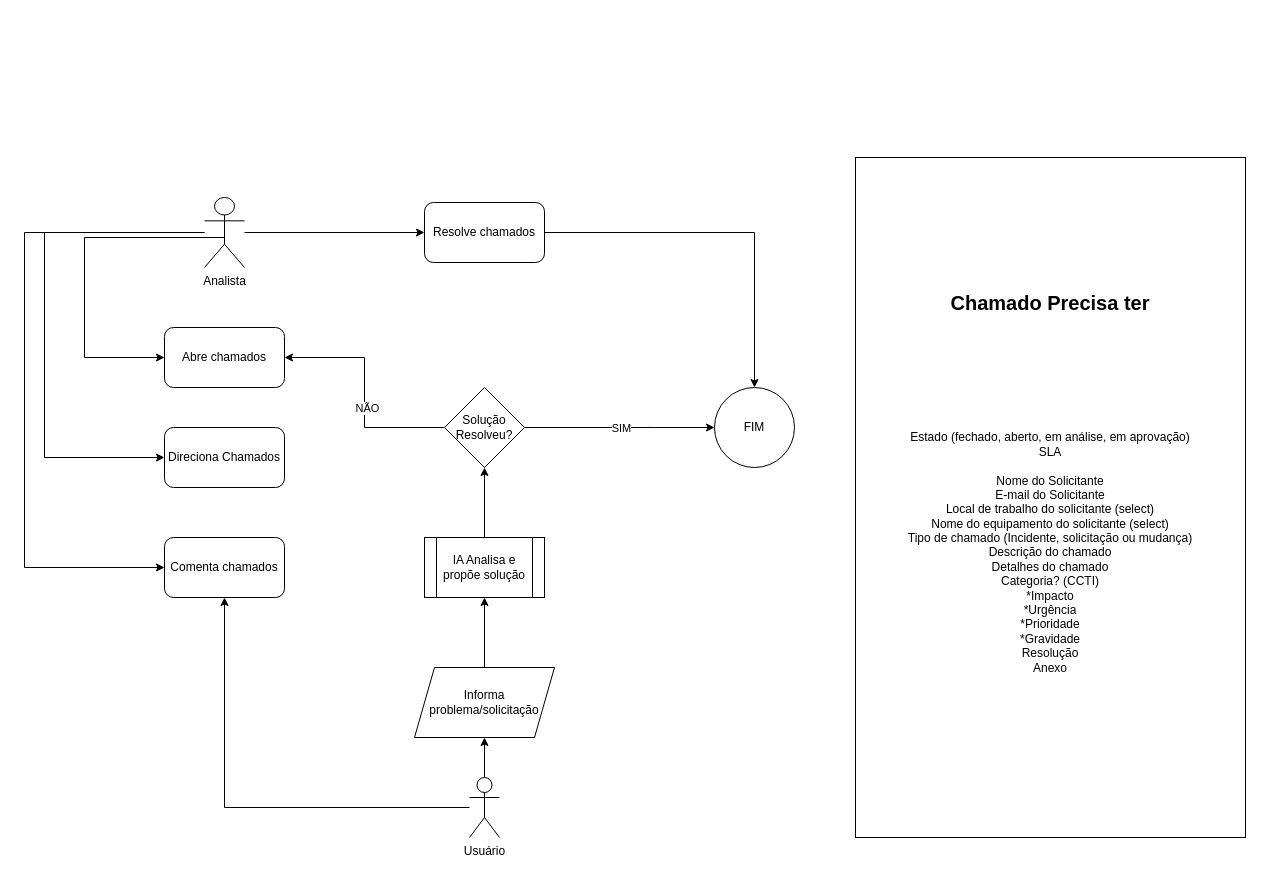
Earlier version of the draw.io diagram pabloSistema.drawio (pablovr1000/pabloSistema). Source tidied: cells renumbered, new cells numbered last; positions are measured from the earlier drawing's top-left corner, leaving out a move shared by most shapes. Both pictures are drawn from the tidied source at 100%, with x=0, y=0 at pixel (24, 157).
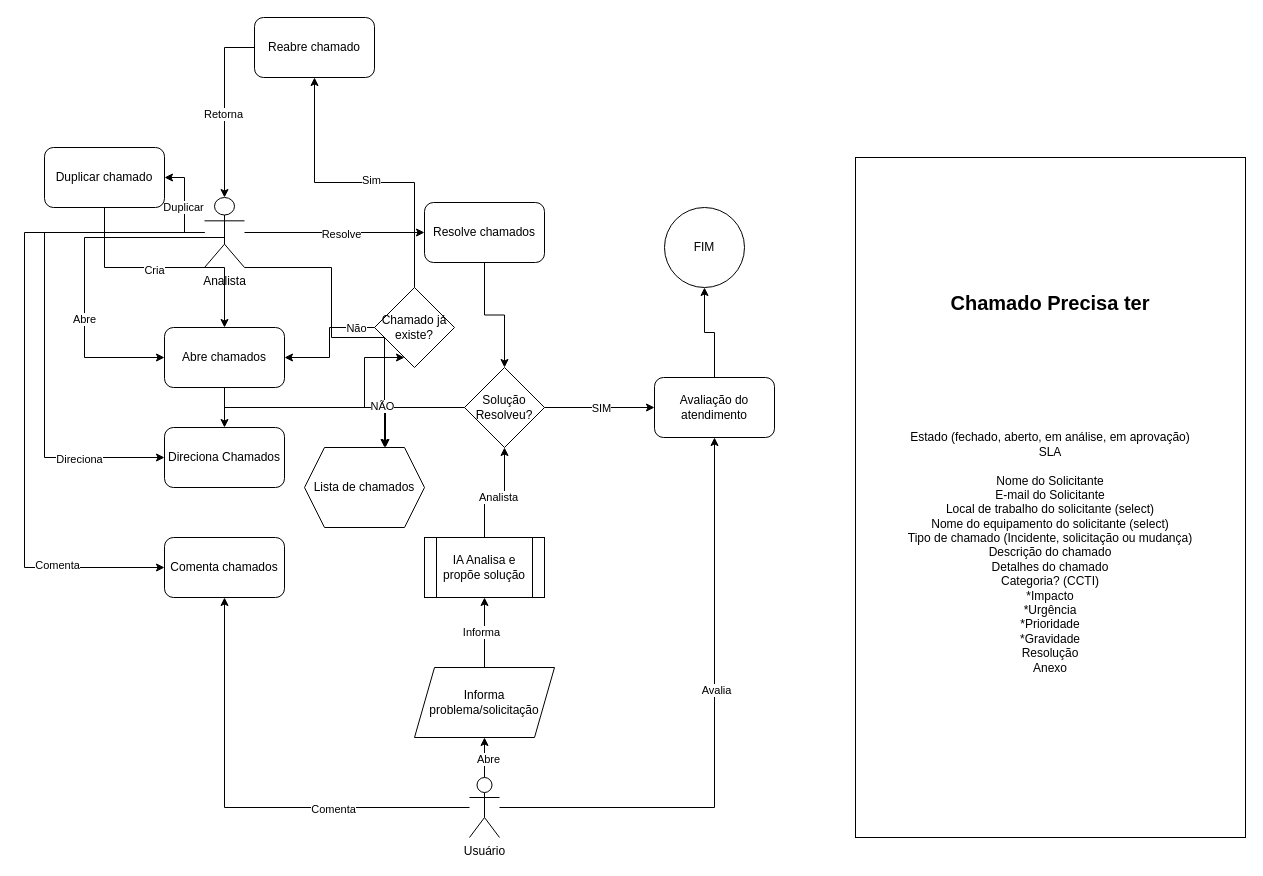
The same diagram, later.

Unchanged cells that the change refers to:
```xml
<mxCell id="2" style="edgeStyle=orthogonalEdgeStyle;rounded=0;jettySize=auto;html=1;exitX=0.5;exitY=0.5;exitDx=0;exitDy=0;exitPerimeter=0;" parent="1" edge="1" source="6" target="7">
  <mxGeometry relative="1" as="geometry">
    <Array as="points">
      <mxPoint x="200" y="80" />
      <mxPoint x="60" y="80" />
      <mxPoint x="60" y="200" />
    </Array>
  </mxGeometry>
</mxCell>
<mxCell id="3" style="edgeStyle=orthogonalEdgeStyle;rounded=0;jettySize=auto;html=1;" parent="1" edge="1" source="6" target="10">
  <mxGeometry relative="1" as="geometry">
    <Array as="points">
      <mxPoint x="20" y="75" />
      <mxPoint x="20" y="300" />
    </Array>
  </mxGeometry>
</mxCell>
<mxCell id="4" style="edgeStyle=orthogonalEdgeStyle;rounded=0;jettySize=auto;html=1;" parent="1" edge="1" source="6" target="11">
  <mxGeometry relative="1" as="geometry">
    <Array as="points">
      <mxPoint y="75" />
      <mxPoint y="410" />
    </Array>
  </mxGeometry>
</mxCell>
<mxCell id="5" style="edgeStyle=orthogonalEdgeStyle;rounded=0;jettySize=auto;html=1;entryX=0;entryY=0.5;entryDx=0;entryDy=0;" parent="1" edge="1" source="6" target="9">
  <mxGeometry relative="1" as="geometry" />
</mxCell>
<mxCell id="6" value="Analista" style="shape=umlActor;verticalLabelPosition=bottom;verticalAlign=top;html=1;outlineConnect=0;" parent="1" vertex="1">
  <mxGeometry x="180" y="40" width="40" height="70" as="geometry" />
</mxCell>
<mxCell id="7" value="Abre chamados" style="rounded=1;whiteSpace=wrap;html=1;" parent="1" vertex="1">
  <mxGeometry x="140" y="170" width="120" height="60" as="geometry" />
</mxCell>
<mxCell id="9" value="Resolve chamados" style="rounded=1;whiteSpace=wrap;html=1;" parent="1" vertex="1">
  <mxGeometry x="400" y="45" width="120" height="60" as="geometry" />
</mxCell>
<mxCell id="10" value="Direciona Chamados" style="rounded=1;whiteSpace=wrap;html=1;" parent="1" vertex="1">
  <mxGeometry x="140" y="270" width="120" height="60" as="geometry" />
</mxCell>
<mxCell id="12" style="edgeStyle=orthogonalEdgeStyle;rounded=0;jettySize=auto;html=1;" parent="1" edge="1" source="14" target="11">
  <mxGeometry relative="1" as="geometry" />
</mxCell>
<mxCell id="13" style="edgeStyle=orthogonalEdgeStyle;rounded=0;jettySize=auto;html=1;" parent="1" edge="1" source="14" target="16">
  <mxGeometry relative="1" as="geometry" />
</mxCell>
<mxCell id="14" value="Usuário" style="shape=umlActor;verticalLabelPosition=bottom;verticalAlign=top;html=1;outlineConnect=0;" parent="1" vertex="1">
  <mxGeometry x="445" y="620" width="30" height="60" as="geometry" />
</mxCell>
<mxCell id="15" style="edgeStyle=orthogonalEdgeStyle;rounded=0;jettySize=auto;html=1;entryX=0.5;entryY=1;entryDx=0;entryDy=0;" parent="1" edge="1" source="16" target="18">
  <mxGeometry relative="1" as="geometry" />
</mxCell>
<mxCell id="17" style="edgeStyle=orthogonalEdgeStyle;rounded=0;jettySize=auto;html=1;" parent="1" edge="1" source="18" target="23">
  <mxGeometry relative="1" as="geometry" />
</mxCell>
```

Diff of the diagram source:
```diff
@@
+    <mxCell id="26" value="Abre" style="edgeLabel;html=1;align=center;verticalAlign=middle;" parent="2" vertex="1">
+      <mxGeometry x="0.31" y="-1" relative="1" as="geometry" />
+    </mxCell>
@@
+    <mxCell id="27" value="Direciona" style="edgeLabel;html=1;align=center;verticalAlign=middle;" parent="3" vertex="1">
+      <mxGeometry x="0.66" y="-1" relative="1" as="geometry" />
+    </mxCell>
@@
+    <mxCell id="28" value="Comenta" style="edgeLabel;html=1;align=center;verticalAlign=middle;" parent="4" vertex="1">
+      <mxGeometry x="0.67" y="3" relative="1" as="geometry" />
+    </mxCell>
@@
+    <mxCell id="29" value="Resolve" style="edgeLabel;html=1;align=center;verticalAlign=middle;" parent="5" vertex="1">
+      <mxGeometry x="0.07" y="-1" relative="1" as="geometry" />
+    </mxCell>
+    <mxCell id="30" style="edgeStyle=orthogonalEdgeStyle;rounded=0;jettySize=auto;html=1;" parent="1" edge="1" source="6" target="50">
+      <mxGeometry relative="1" as="geometry">
+        <Array as="points">
+          <mxPoint x="307" y="110" />
+          <mxPoint x="307" y="180" />
+          <mxPoint x="360" y="180" />
+        </Array>
+      </mxGeometry>
+    </mxCell>
+    <mxCell id="31" style="edgeStyle=orthogonalEdgeStyle;rounded=0;jettySize=auto;html=1;" parent="1" edge="1" source="6" target="53">
+      <mxGeometry relative="1" as="geometry" />
+    </mxCell>
+    <mxCell id="32" value="Duplicar" style="edgeLabel;html=1;align=center;verticalAlign=middle;" parent="31" vertex="1">
+      <mxGeometry x="-0.03" y="2" relative="1" as="geometry" />
+    </mxCell>
@@
+    <mxCell id="33" style="edgeStyle=orthogonalEdgeStyle;rounded=0;jettySize=auto;html=1;" parent="1" edge="1" source="7" target="10">
+      <mxGeometry relative="1" as="geometry" />
+    </mxCell>
+    <mxCell id="34" style="edgeStyle=orthogonalEdgeStyle;rounded=0;jettySize=auto;html=1;" parent="1" edge="1" source="7" target="50">
+      <mxGeometry relative="1" as="geometry">
+        <Array as="points">
+          <mxPoint x="200" y="250" />
+          <mxPoint x="361" y="250" />
+          <mxPoint x="361" y="360" />
+        </Array>
+      </mxGeometry>
+    </mxCell>
@@
-    <mxCell id="8" style="edgeStyle=orthogonalEdgeStyle;rounded=0;jettySize=auto;html=1;entryX=0.5;entryY=0;entryDx=0;entryDy=0;" parent="1" edge="1" source="9" target="24">
-      <mxGeometry relative="1" as="geometry" />
-    </mxCell>
+    <mxCell id="35" style="edgeStyle=orthogonalEdgeStyle;rounded=0;jettySize=auto;html=1;" parent="1" edge="1" source="9" target="23">
+      <mxGeometry relative="1" as="geometry" />
+    </mxCell>
@@
+    <mxCell id="36" value="Comenta" style="edgeLabel;html=1;align=center;verticalAlign=middle;" parent="12" vertex="1">
+      <mxGeometry x="-0.4" y="1" relative="1" as="geometry" />
+    </mxCell>
@@
+    <mxCell id="37" value="Abre" style="edgeLabel;html=1;align=center;verticalAlign=middle;" parent="13" vertex="1">
+      <mxGeometry x="-0.05" y="-3" relative="1" as="geometry" />
+    </mxCell>
+    <mxCell id="38" style="edgeStyle=orthogonalEdgeStyle;rounded=0;jettySize=auto;html=1;" parent="1" edge="1" source="14" target="55">
+      <mxGeometry relative="1" as="geometry" />
+    </mxCell>
+    <mxCell id="39" value="Avalia" style="edgeLabel;html=1;align=center;verticalAlign=middle;" parent="38" vertex="1">
+      <mxGeometry x="0.14" y="-1" relative="1" as="geometry" />
+    </mxCell>
@@
+    <mxCell id="40" value="Informa" style="edgeLabel;html=1;align=center;verticalAlign=middle;" parent="15" vertex="1">
+      <mxGeometry x="0.03" y="4" relative="1" as="geometry" />
+    </mxCell>
@@
+    <mxCell id="41" value="Analista" style="edgeLabel;html=1;align=center;verticalAlign=middle;" parent="17" vertex="1">
+      <mxGeometry x="0.05" y="-4" relative="1" as="geometry" />
+    </mxCell>
@@
-    <mxCell id="19" style="edgeStyle=orthogonalEdgeStyle;rounded=0;jettySize=auto;html=1;" parent="1" edge="1" source="23" target="24">
+    <mxCell id="19" style="edgeStyle=orthogonalEdgeStyle;rounded=0;jettySize=auto;html=1;" parent="1" edge="1" source="23" target="55">
       <mxGeometry relative="1" as="geometry">
         <Array as="points">
-          <mxPoint x="630" y="270" />
-          <mxPoint x="630" y="270" />
+          <mxPoint x="650" y="270" />
         </Array>
       </mxGeometry>
     </mxCell>
@@
-    <mxCell id="21" style="edgeStyle=orthogonalEdgeStyle;rounded=0;jettySize=auto;html=1;" parent="1" edge="1" source="23" target="7">
-      <mxGeometry relative="1" as="geometry" />
+    <mxCell id="21" style="edgeStyle=orthogonalEdgeStyle;rounded=0;jettySize=auto;html=1;" parent="1" edge="1" source="23" target="49">
+      <mxGeometry relative="1" as="geometry">
+        <Array as="points">
+          <mxPoint x="340" y="250" />
+          <mxPoint x="340" y="200" />
+        </Array>
+      </mxGeometry>
     </mxCell>
@@
     <mxCell id="23" value="Solução Resolveu?" style="rhombus;whiteSpace=wrap;html=1;" parent="1" vertex="1">
-      <mxGeometry x="420" y="230" width="80" height="80" as="geometry" />
+      <mxGeometry x="440" y="210" width="80" height="80" as="geometry" />
     </mxCell>
     <mxCell id="24" value="FIM" style="ellipse;whiteSpace=wrap;html=1;" parent="1" vertex="1">
-      <mxGeometry x="690" y="230" width="80" height="80" as="geometry" />
+      <mxGeometry x="640" y="50" width="80" height="80" as="geometry" />
     </mxCell>
@@
+    <mxCell id="42" style="edgeStyle=orthogonalEdgeStyle;rounded=0;jettySize=auto;html=1;" parent="1" edge="1" source="44" target="6">
+      <mxGeometry relative="1" as="geometry" />
+    </mxCell>
+    <mxCell id="43" value="Retorna" style="edgeLabel;html=1;align=center;verticalAlign=middle;" parent="42" vertex="1">
+      <mxGeometry x="0.07" y="-2" relative="1" as="geometry" />
+    </mxCell>
+    <mxCell id="44" value="Reabre chamado" style="rounded=1;whiteSpace=wrap;html=1;" parent="1" vertex="1">
+      <mxGeometry x="230" y="-140" width="120" height="60" as="geometry" />
+    </mxCell>
+    <mxCell id="45" style="edgeStyle=orthogonalEdgeStyle;rounded=0;jettySize=auto;html=1;" parent="1" edge="1" source="49" target="7">
+      <mxGeometry relative="1" as="geometry" />
+    </mxCell>
+    <mxCell id="46" value="Não" style="edgeLabel;html=1;align=center;verticalAlign=middle;" parent="45" vertex="1">
+      <mxGeometry x="-0.68" relative="1" as="geometry" />
+    </mxCell>
+    <mxCell id="47" style="edgeStyle=orthogonalEdgeStyle;rounded=0;jettySize=auto;html=1;" parent="1" edge="1" source="49" target="44">
+      <mxGeometry relative="1" as="geometry" />
+    </mxCell>
+    <mxCell id="48" value="Sim" style="edgeLabel;html=1;align=center;verticalAlign=middle;" parent="47" vertex="1">
+      <mxGeometry x="-0.04" y="-3" relative="1" as="geometry" />
+    </mxCell>
+    <mxCell id="49" value="Chamado já existe?" style="rhombus;whiteSpace=wrap;html=1;" parent="1" vertex="1">
+      <mxGeometry x="350" y="130" width="80" height="80" as="geometry" />
+    </mxCell>
+    <mxCell id="50" value="Lista de chamados" style="shape=hexagon;perimeter=hexagonPerimeter2;whiteSpace=wrap;html=1;fixedSize=1;" parent="1" vertex="1">
+      <mxGeometry x="280" y="290" width="120" height="80" as="geometry" />
+    </mxCell>
+    <mxCell id="51" style="edgeStyle=orthogonalEdgeStyle;rounded=0;jettySize=auto;html=1;" parent="1" edge="1" source="53" target="7">
+      <mxGeometry relative="1" as="geometry" />
+    </mxCell>
+    <mxCell id="52" value="Cria" style="edgeLabel;html=1;align=center;verticalAlign=middle;" parent="51" vertex="1">
+      <mxGeometry x="-0.09" y="-2" relative="1" as="geometry" />
+    </mxCell>
+    <mxCell id="53" value="Duplicar chamado" style="rounded=1;whiteSpace=wrap;html=1;" parent="1" vertex="1">
+      <mxGeometry x="20" y="-10" width="120" height="60" as="geometry" />
+    </mxCell>
+    <mxCell id="54" style="edgeStyle=orthogonalEdgeStyle;rounded=0;jettySize=auto;html=1;" parent="1" edge="1" source="55" target="24">
+      <mxGeometry relative="1" as="geometry" />
+    </mxCell>
+    <mxCell id="55" value="Avaliação do atendimento" style="rounded=1;whiteSpace=wrap;html=1;" parent="1" vertex="1">
+      <mxGeometry x="630" y="220" width="120" height="60" as="geometry" />
+    </mxCell>
```
